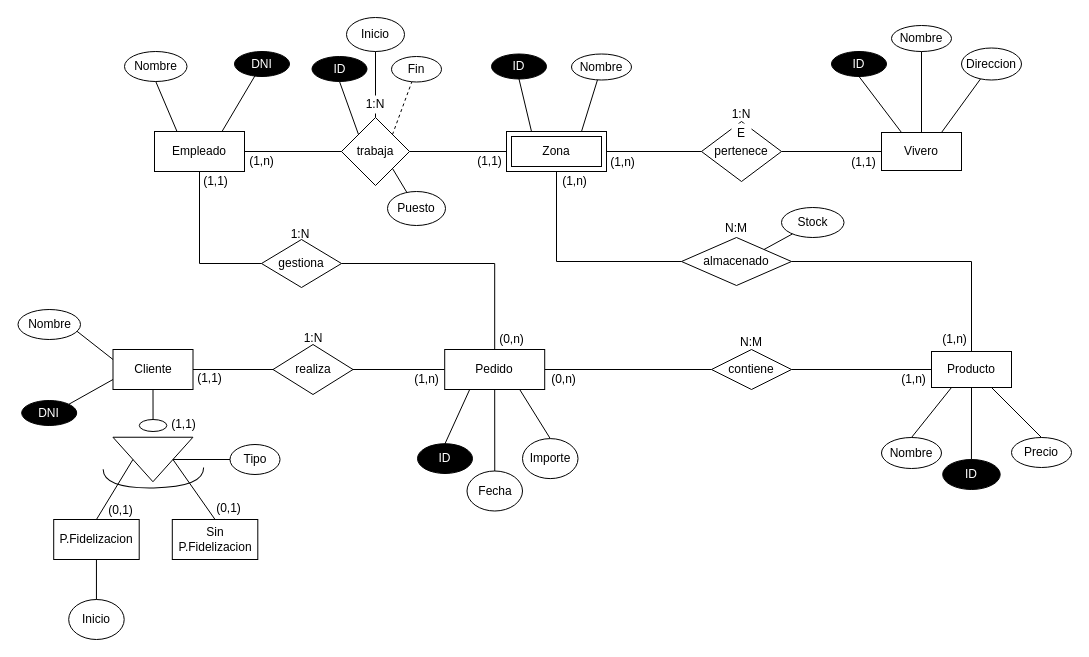
This is pr3.drawio from kk-2503/postgresql-relationalDB-Viveros, a draw.io file, before an edit. Source tidied: cells renumbered, new cells numbered last; positions are measured from the earlier drawing's top-left corner, leaving out a move shared by most shapes. Both pictures are drawn from the tidied source at 100%, with x=0, y=0 at pixel (17, 17).
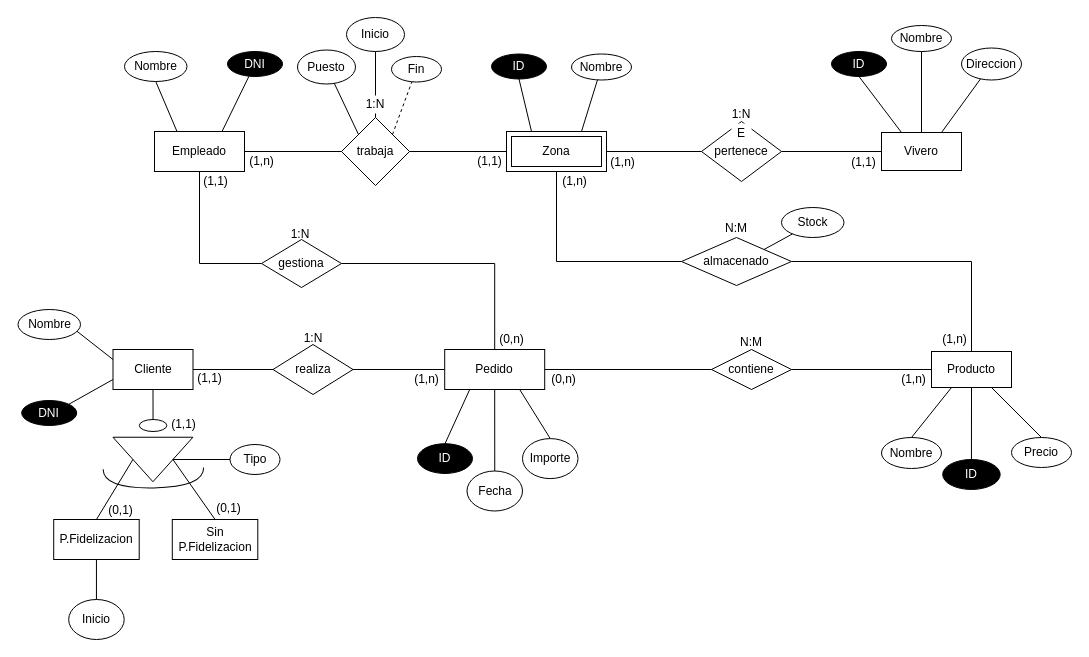
Above is the later version.

Commit message (it also covers changes not shown here):
Modificado clave primaria

The change refers to these unchanged cells:
```xml
<mxCell id="16" value="trabaja" style="rhombus;whiteSpace=wrap;html=1;fillColor=none;fontColor=#000000;rounded=0;labelBackgroundColor=#FFFFFF;" parent="1" vertex="1">
  <mxGeometry x="324" y="100" width="68" height="68" as="geometry" />
</mxCell>
```

What changed in the source:
```diff
@@
     <mxCell id="11" value="DNI" style="ellipse;whiteSpace=wrap;html=1;rounded=0;fillColor=#000000;fontColor=#FFFFFF;" parent="1" vertex="1">
-      <mxGeometry x="217" y="34" width="55" height="25" as="geometry" />
+      <mxGeometry x="210" y="34" width="55" height="25" as="geometry" />
     </mxCell>
@@
-    <mxCell id="18" value="ID" style="ellipse;whiteSpace=wrap;html=1;rounded=0;fillColor=#000000;fontColor=#FFFFFF;" parent="1" vertex="1">
-      <mxGeometry x="294.5" y="39" width="55" height="25" as="geometry" />
-    </mxCell>
-    <mxCell id="19" style="endArrow=none;html=1;rounded=0;exitX=0;exitY=0;exitDx=0;exitDy=0;entryX=0.5;entryY=1;entryDx=0;entryDy=0;" parent="1" edge="1" source="16" target="18">
-      <mxGeometry relative="1" as="geometry" />
-    </mxCell>
@@
-    <mxCell id="98" style="edgeStyle=none;rounded=0;jettySize=auto;html=1;endArrow=none;endFill=0;exitX=1;exitY=1;exitDx=0;exitDy=0;" parent="1" edge="1" source="16" target="99">
+    <mxCell id="98" style="edgeStyle=none;rounded=0;jettySize=auto;html=1;endArrow=none;endFill=0;exitX=0;exitY=0;exitDx=0;exitDy=0;" parent="1" edge="1" source="16" target="99">
       <mxGeometry relative="1" as="geometry" />
     </mxCell>
     <mxCell id="99" value="Puesto" style="ellipse;whiteSpace=wrap;html=1;fillColor=none;fontColor=#000000;rounded=0;labelBackgroundColor=#FFFFFF;" parent="1" vertex="1">
-      <mxGeometry x="370" y="174" width="58" height="34" as="geometry" />
+      <mxGeometry x="280" y="32.5" width="58" height="34" as="geometry" />
     </mxCell>
```
